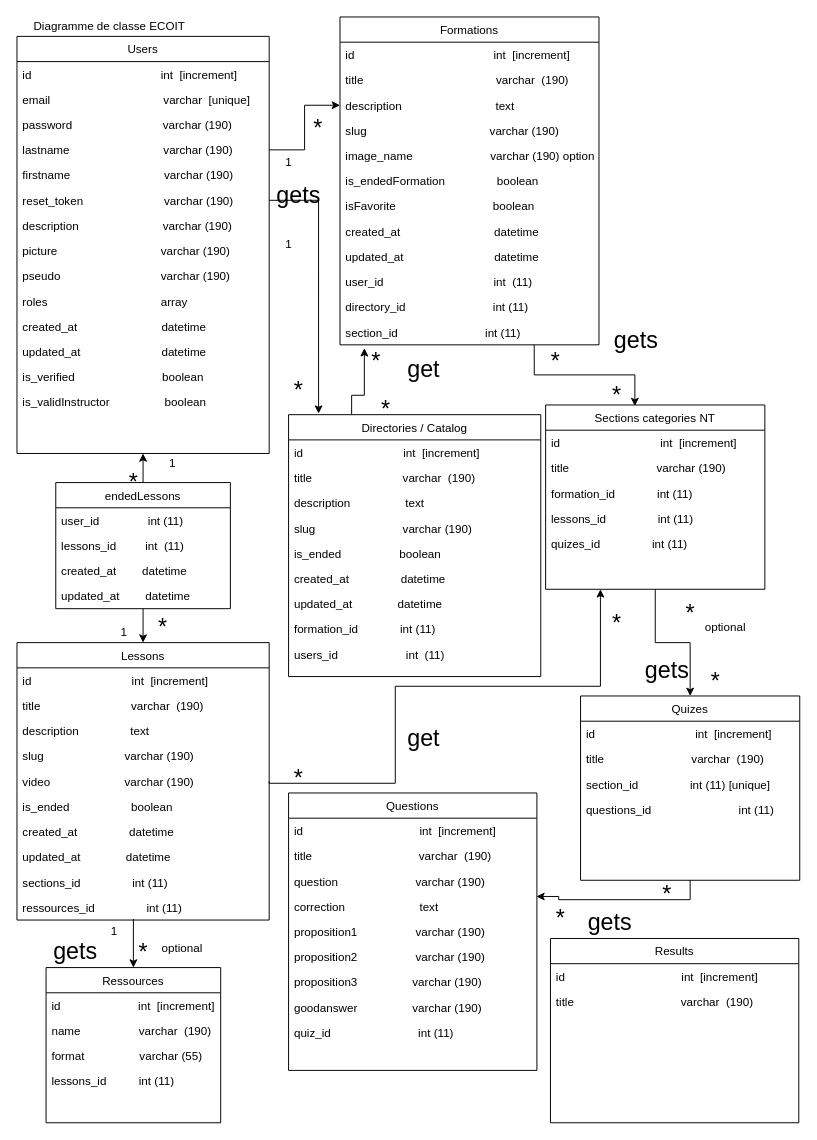
This is ECO IT/diag_de_classe_ecoit.drawio from cyrisa02/diagrammes-UML, a draw.io file, before an edit. Source tidied: cells renumbered, new cells numbered last; positions are measured from the earlier drawing's top-left corner, leaving out a move shared by most shapes. Both pictures are drawn from the tidied source at 97%, with x=0, y=0 at pixel (16, 16).
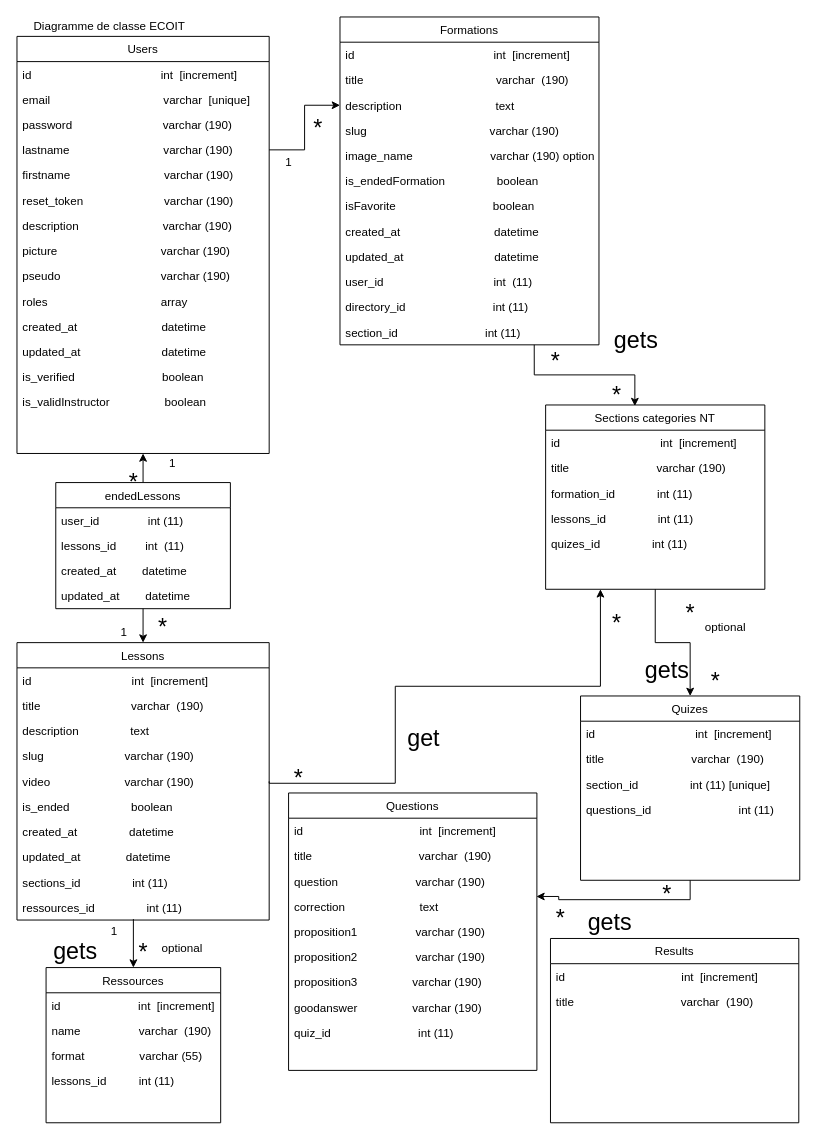
The same diagram, later.

The change refers to these unchanged cells:
```xml
<mxCell id="8" value="reset_token                         varchar (190)" style="text;align=left;verticalAlign=top;spacingLeft=4;spacingRight=4;overflow=hidden;points=[[0,0.5],[1,0.5]];portConstraint=eastwest;" parent="2" vertex="1">
  <mxGeometry y="156" width="260" height="26" as="geometry" />
</mxCell>
```

The edit, as a diff of the source:
```diff
@@
-    <mxCell id="75" style="edgeStyle=orthogonalEdgeStyle;rounded=0;jettySize=auto;html=1;exitX=0.25;exitY=0;exitDx=0;exitDy=0;entryX=-0.093;entryY=0.049;entryDx=0;entryDy=0;entryPerimeter=0;" parent="1" edge="1" source="76" target="88">
-      <mxGeometry relative="1" as="geometry" />
-    </mxCell>
-    <mxCell id="76" value="Directories / Catalog" style="swimlane;fontStyle=0;align=center;verticalAlign=top;horizontal=1;startSize=26;rounded=0;shadow=0;strokeWidth=1;" parent="1" vertex="1">
-      <mxGeometry x="280" y="410" width="260" height="270" as="geometry" />
-    </mxCell>
-    <mxCell id="77" value="id                               int  [increment]" style="text;align=left;verticalAlign=top;spacingLeft=4;spacingRight=4;overflow=hidden;" parent="76" vertex="1">
-      <mxGeometry y="26" width="260" height="26" as="geometry" />
-    </mxCell>
-    <mxCell id="78" value="title                            varchar  (190)" style="text;align=left;verticalAlign=top;spacingLeft=4;spacingRight=4;overflow=hidden;" parent="76" vertex="1">
-      <mxGeometry y="52" width="260" height="26" as="geometry" />
-    </mxCell>
-    <mxCell id="79" value="description                 text" style="text;align=left;verticalAlign=top;spacingLeft=4;spacingRight=4;overflow=hidden;" parent="76" vertex="1">
-      <mxGeometry y="78" width="260" height="26" as="geometry" />
-    </mxCell>
-    <mxCell id="80" value="slug                           varchar (190)" style="text;align=left;verticalAlign=top;spacingLeft=4;spacingRight=4;overflow=hidden;" parent="76" vertex="1">
-      <mxGeometry y="104" width="260" height="26" as="geometry" />
-    </mxCell>
-    <mxCell id="81" value="is_ended                  boolean" style="text;align=left;verticalAlign=top;spacingLeft=4;spacingRight=4;overflow=hidden;" parent="76" vertex="1">
-      <mxGeometry y="130" width="260" height="26" as="geometry" />
-    </mxCell>
-    <mxCell id="82" value="created_at                datetime" style="text;align=left;verticalAlign=top;spacingLeft=4;spacingRight=4;overflow=hidden;" parent="76" vertex="1">
-      <mxGeometry y="156" width="260" height="26" as="geometry" />
-    </mxCell>
-    <mxCell id="83" value="updated_at              datetime" style="text;align=left;verticalAlign=top;spacingLeft=4;spacingRight=4;overflow=hidden;" parent="76" vertex="1">
-      <mxGeometry y="182" width="260" height="26" as="geometry" />
-    </mxCell>
-    <mxCell id="84" value="formation_id             int (11)" style="text;align=left;verticalAlign=top;spacingLeft=4;spacingRight=4;overflow=hidden;" parent="76" vertex="1">
-      <mxGeometry y="208" width="260" height="26" as="geometry" />
-    </mxCell>
-    <mxCell id="85" value="users_id                     int  (11)" style="text;align=left;verticalAlign=top;spacingLeft=4;spacingRight=4;overflow=hidden;" parent="76" vertex="1">
-      <mxGeometry y="234" width="260" height="26" as="geometry" />
-    </mxCell>
@@
-    <mxCell id="88" value="*" style="text;html=1;align=center;verticalAlign=middle;points=[];fillColor=none;strokeColor=none;rounded=0;fontSize=24;" parent="1" vertex="1">
-      <mxGeometry x="360" y="340" width="20" height="30" as="geometry" />
-    </mxCell>
@@
-    <mxCell id="93" value="&lt;font style=&quot;font-size: 24px;&quot;&gt;get&lt;/font&gt;&lt;font style=&quot;font-size: 24px;&quot;&gt;s&lt;/font&gt;" style="text;html=1;align=center;verticalAlign=middle;fillColor=none;strokeColor=none;rounded=0;fontSize=48;" parent="1" vertex="1">
-      <mxGeometry x="260" y="140" width="60" height="70" as="geometry" />
-    </mxCell>
@@
-    <mxCell id="95" value="&lt;font style=&quot;font-size: 24px;&quot;&gt;get&lt;/font&gt;" style="text;html=1;align=center;verticalAlign=middle;fillColor=none;strokeColor=none;rounded=0;fontSize=48;" parent="1" vertex="1">
-      <mxGeometry x="394" y="320" width="50" height="70" as="geometry" />
-    </mxCell>
@@
-    <mxCell id="101" style="edgeStyle=orthogonalEdgeStyle;rounded=0;jettySize=auto;html=1;exitX=1;exitY=0.5;exitDx=0;exitDy=0;entryX=0.119;entryY=-0.004;entryDx=0;entryDy=0;entryPerimeter=0;fontSize=18;" parent="1" edge="1" source="8" target="76">
-      <mxGeometry relative="1" as="geometry" />
-    </mxCell>
-    <mxCell id="102" value="1" style="text;html=1;align=center;verticalAlign=middle;fillColor=none;strokeColor=none;rounded=0;" parent="1" vertex="1">
-      <mxGeometry x="270" y="225" width="20" height="20" as="geometry" />
-    </mxCell>
-    <mxCell id="103" value="&lt;font style=&quot;font-size: 24px;&quot;&gt;*&lt;/font&gt;" style="text;html=1;align=center;verticalAlign=middle;fillColor=none;strokeColor=none;rounded=0;" parent="1" vertex="1">
-      <mxGeometry x="280" y="375" width="20" height="20" as="geometry" />
-    </mxCell>
@@
-    <mxCell id="121" value="*" style="text;html=1;align=center;verticalAlign=middle;fillColor=none;strokeColor=none;rounded=0;fontSize=24;" parent="1" vertex="1">
-      <mxGeometry x="370" y="390" width="20" height="30" as="geometry" />
-    </mxCell>
```
